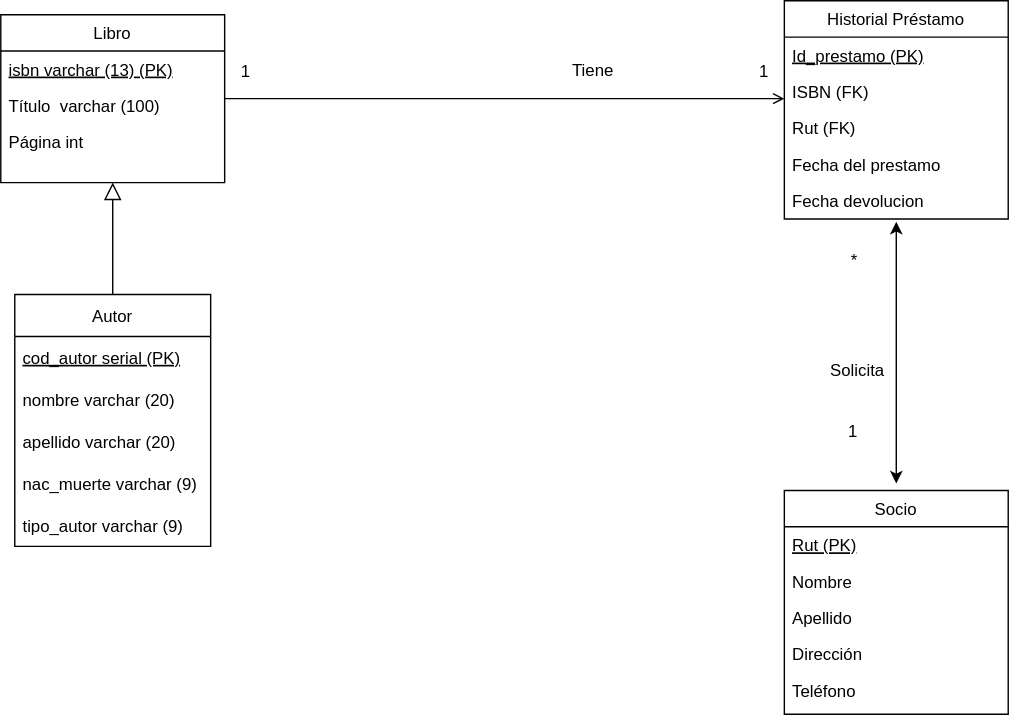
Above: Modelo logico.drawio.svg in FranSantander/-Biblioteca (draw.io), before the change. Source tidied: cells renumbered, new cells last; positions are measured from the earlier drawing's top-left corner, leaving out a move shared by most shapes.
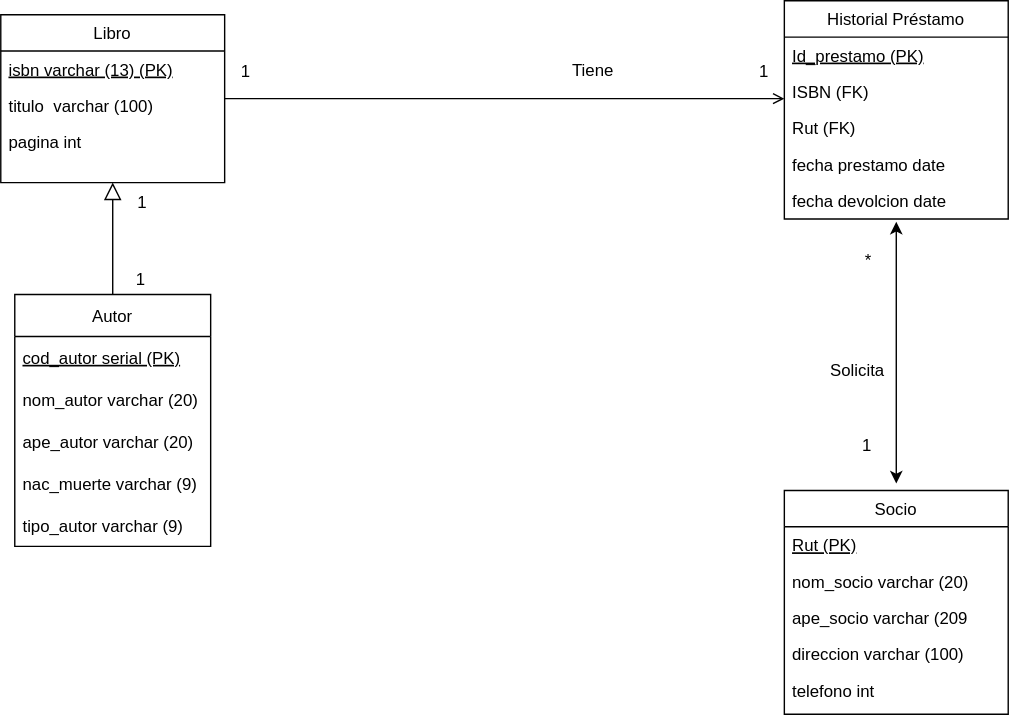
Later version of the same file.

What changed in the source:
```diff
@@ -8,10 +8,10 @@
     <mxCell id="3" value="isbn varchar (13) (PK)" style="text;align=left;verticalAlign=top;spacingLeft=4;spacingRight=4;overflow=hidden;fontStyle=4;" parent="2" vertex="1">
       <mxGeometry y="26" width="160" height="26" as="geometry" />
     </mxCell>
-    <mxCell id="4" value="Título  varchar (100)" style="text;align=left;verticalAlign=top;spacingLeft=4;spacingRight=4;overflow=hidden;rounded=0;shadow=0;html=0;" parent="2" vertex="1">
+    <mxCell id="4" value="titulo  varchar (100)" style="text;align=left;verticalAlign=top;spacingLeft=4;spacingRight=4;overflow=hidden;rounded=0;shadow=0;html=0;" parent="2" vertex="1">
       <mxGeometry y="52" width="160" height="26" as="geometry" />
     </mxCell>
-    <mxCell id="5" value="Página int" style="text;align=left;verticalAlign=top;spacingLeft=4;spacingRight=4;overflow=hidden;rounded=0;shadow=0;html=0;" parent="2" vertex="1">
+    <mxCell id="5" value="pagina int" style="text;align=left;verticalAlign=top;spacingLeft=4;spacingRight=4;overflow=hidden;rounded=0;shadow=0;html=0;" parent="2" vertex="1">
       <mxGeometry y="78" width="160" height="26" as="geometry" />
     </mxCell>
     <mxCell id="6" value="Historial Préstamo" style="swimlane;fontStyle=0;align=center;verticalAlign=top;horizontal=1;startSize=26;rounded=0;shadow=0;strokeWidth=1;" parent="1" vertex="1">
@@ -26,10 +26,10 @@
     <mxCell id="9" value="Rut (FK)" style="text;align=left;verticalAlign=top;spacingLeft=4;spacingRight=4;overflow=hidden;rounded=0;shadow=0;html=0;" parent="6" vertex="1">
       <mxGeometry y="78" width="160" height="26" as="geometry" />
     </mxCell>
-    <mxCell id="10" value="Fecha del prestamo" style="text;align=left;verticalAlign=top;spacingLeft=4;spacingRight=4;overflow=hidden;fontStyle=0;" parent="6" vertex="1">
+    <mxCell id="10" value="fecha prestamo date" style="text;align=left;verticalAlign=top;spacingLeft=4;spacingRight=4;overflow=hidden;fontStyle=0;" parent="6" vertex="1">
       <mxGeometry y="104" width="160" height="26" as="geometry" />
     </mxCell>
-    <mxCell id="11" value="Fecha devolucion" style="text;align=left;verticalAlign=top;spacingLeft=4;spacingRight=4;overflow=hidden;points=[[0,0.5],[1,0.5]];portConstraint=eastwest;" parent="6" vertex="1">
+    <mxCell id="11" value="fecha devolcion date" style="text;align=left;verticalAlign=top;spacingLeft=4;spacingRight=4;overflow=hidden;points=[[0,0.5],[1,0.5]];portConstraint=eastwest;" parent="6" vertex="1">
       <mxGeometry y="130" width="160" height="26" as="geometry" />
     </mxCell>
     <mxCell id="12" style="endArrow=open;shadow=0;strokeWidth=1;rounded=0;endFill=1;edgeStyle=elbowEdgeStyle;elbow=vertical;" parent="1" edge="1" source="2">
@@ -59,12 +59,12 @@
       </mxGeometry>
     </mxCell>
     <mxCell id="17" value="1" style="align=left;verticalAlign=bottom;labelBackgroundColor=none;fontSize=12;" parent="1" vertex="1">
-      <mxGeometry x="610" y="320" as="geometry">
+      <mxGeometry x="620" y="330" as="geometry">
         <mxPoint x="-6" y="-4" as="offset" />
       </mxGeometry>
     </mxCell>
     <mxCell id="18" value="*" style="align=left;verticalAlign=bottom;labelBackgroundColor=none;fontSize=12;" parent="1" vertex="1">
-      <mxGeometry x="440" y="190" as="geometry">
+      <mxGeometry x="450" y="190" as="geometry">
         <mxPoint x="166" y="4" as="offset" />
       </mxGeometry>
     </mxCell>
@@ -74,10 +74,10 @@
     <mxCell id="20" value="cod_autor serial (PK)" style="text;strokeColor=none;fillColor=none;align=left;verticalAlign=middle;spacingLeft=4;spacingRight=4;overflow=hidden;fontStyle=4;" parent="19" vertex="1">
       <mxGeometry y="30" width="140" height="30" as="geometry" />
     </mxCell>
-    <mxCell id="21" value="nombre varchar (20)" style="text;strokeColor=none;fillColor=none;align=left;verticalAlign=middle;spacingLeft=4;spacingRight=4;overflow=hidden;" parent="19" vertex="1">
+    <mxCell id="21" value="nom_autor varchar (20)" style="text;strokeColor=none;fillColor=none;align=left;verticalAlign=middle;spacingLeft=4;spacingRight=4;overflow=hidden;" parent="19" vertex="1">
       <mxGeometry y="60" width="140" height="30" as="geometry" />
     </mxCell>
-    <mxCell id="22" value="apellido varchar (20)" style="text;strokeColor=none;fillColor=none;align=left;verticalAlign=middle;spacingLeft=4;spacingRight=4;overflow=hidden;" parent="19" vertex="1">
+    <mxCell id="22" value="ape_autor varchar (20)" style="text;strokeColor=none;fillColor=none;align=left;verticalAlign=middle;spacingLeft=4;spacingRight=4;overflow=hidden;" parent="19" vertex="1">
       <mxGeometry y="90" width="140" height="30" as="geometry" />
     </mxCell>
     <mxCell id="23" value="nac_muerte varchar (9)" style="text;strokeColor=none;fillColor=none;align=left;verticalAlign=middle;spacingLeft=4;spacingRight=4;overflow=hidden;" parent="19" vertex="1">
@@ -100,16 +100,16 @@
     <mxCell id="27" value="Rut (PK)" style="text;align=left;verticalAlign=top;spacingLeft=4;spacingRight=4;overflow=hidden;fontStyle=4;" parent="26" vertex="1">
       <mxGeometry y="26" width="160" height="26" as="geometry" />
     </mxCell>
-    <mxCell id="28" value="Nombre" style="text;align=left;verticalAlign=top;spacingLeft=4;spacingRight=4;overflow=hidden;rounded=0;shadow=0;html=0;" parent="26" vertex="1">
+    <mxCell id="28" value="nom_socio varchar (20)" style="text;align=left;verticalAlign=top;spacingLeft=4;spacingRight=4;overflow=hidden;rounded=0;shadow=0;html=0;" parent="26" vertex="1">
       <mxGeometry y="52" width="160" height="26" as="geometry" />
     </mxCell>
-    <mxCell id="29" value="Apellido" style="text;align=left;verticalAlign=top;spacingLeft=4;spacingRight=4;overflow=hidden;rounded=0;shadow=0;html=0;" parent="26" vertex="1">
+    <mxCell id="29" value="ape_socio varchar (209" style="text;align=left;verticalAlign=top;spacingLeft=4;spacingRight=4;overflow=hidden;rounded=0;shadow=0;html=0;" parent="26" vertex="1">
       <mxGeometry y="78" width="160" height="26" as="geometry" />
     </mxCell>
-    <mxCell id="30" value="Dirección" style="text;align=left;verticalAlign=top;spacingLeft=4;spacingRight=4;overflow=hidden;rounded=0;shadow=0;html=0;" parent="26" vertex="1">
+    <mxCell id="30" value="direccion varchar (100)" style="text;align=left;verticalAlign=top;spacingLeft=4;spacingRight=4;overflow=hidden;rounded=0;shadow=0;html=0;" parent="26" vertex="1">
       <mxGeometry y="104" width="160" height="26" as="geometry" />
     </mxCell>
-    <mxCell id="31" value="Teléfono" style="text;align=left;verticalAlign=top;spacingLeft=4;spacingRight=4;overflow=hidden;rounded=0;shadow=0;html=0;" parent="26" vertex="1">
+    <mxCell id="31" value="telefono int" style="text;align=left;verticalAlign=top;spacingLeft=4;spacingRight=4;overflow=hidden;rounded=0;shadow=0;html=0;" parent="26" vertex="1">
       <mxGeometry y="130" width="160" height="26" as="geometry" />
     </mxCell>
     <mxCell id="32" style="endArrow=classic;startArrow=classic;html=1;rounded=0;entryX=0.5;entryY=1.077;entryDx=0;entryDy=0;entryPerimeter=0;" parent="1" edge="1" target="11">
@@ -117,5 +117,15 @@
         <mxPoint x="640" y="345" as="sourcePoint" />
       </mxGeometry>
     </mxCell>
+    <mxCell id="33" value="1" style="align=left;verticalAlign=bottom;labelBackgroundColor=none;fontSize=12;" parent="1" vertex="1">
+      <mxGeometry x="190" y="70" as="geometry">
+        <mxPoint x="-94" y="83" as="offset" />
+      </mxGeometry>
+    </mxCell>
+    <mxCell id="34" value="1" style="align=left;verticalAlign=bottom;labelBackgroundColor=none;fontSize=12;" parent="1" vertex="1">
+      <mxGeometry x="180" y="69" as="geometry">
+        <mxPoint x="-85" y="139" as="offset" />
+      </mxGeometry>
+    </mxCell>
   </root>
 </mxGraphModel>
```
